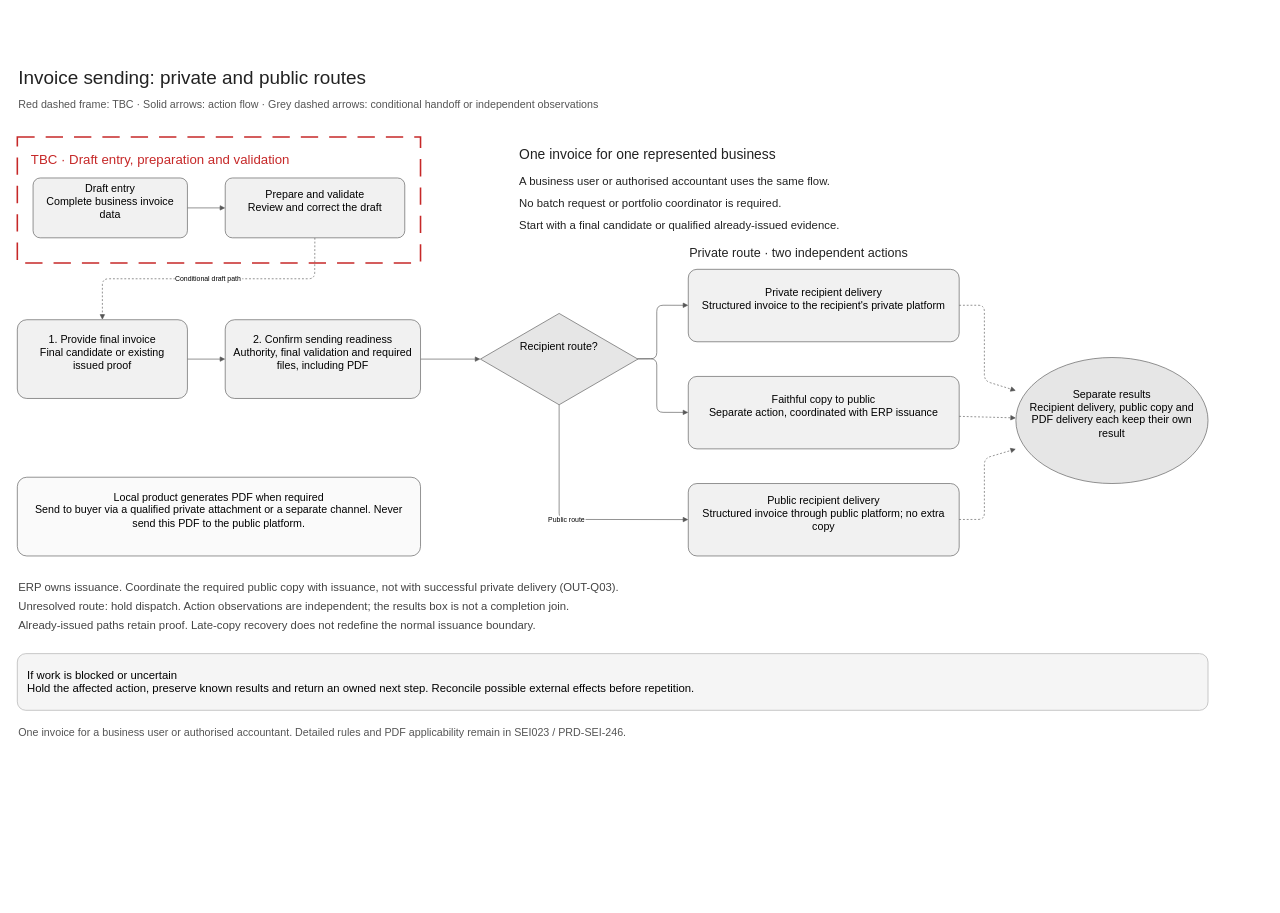
The draw.io diagram assets/diagrams/invoice-sending-end-to-end-workflow.drawio in jiaxinhe0709/pm_second_brain, before the edit. Source tidied: cells renumbered, new cells numbered last; positions are measured from the earlier drawing's top-left corner, leaving out a move shared by most shapes. Both pictures are drawn from the tidied source at 63%, with x=0, y=0 at pixel (17, 61).
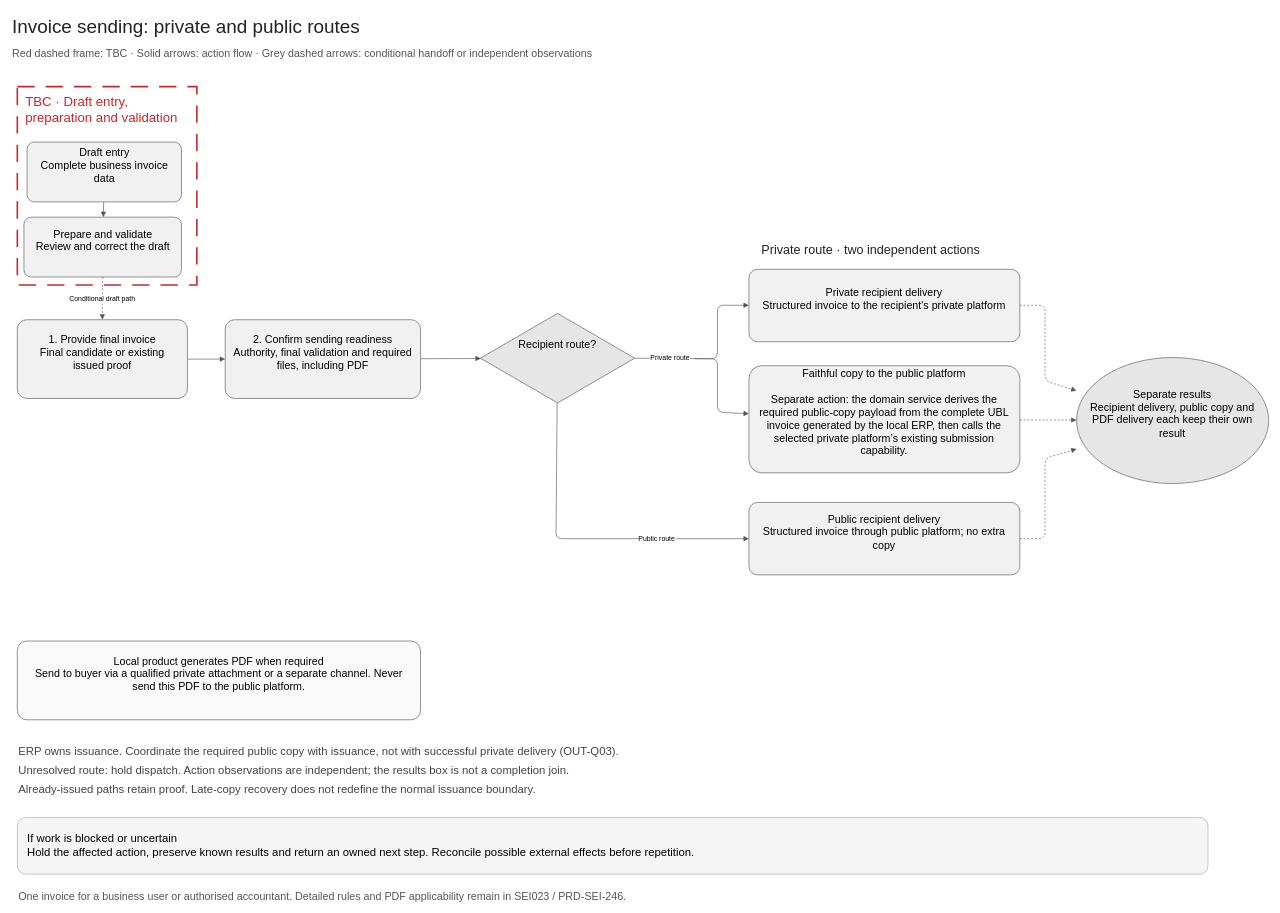
The same diagram, later.

Commit message (it also covers changes not shown here):
Updated sending visaul to sync with the confluence, as I made change within confluence directly

The change refers to these unchanged cells:
```xml
<mxCell id="23" value="1. Provide final invoice&#10;Final candidate or existing issued proof&#10;" style="rounded=1;arcSize=12;whiteSpace=wrap;html=0;fontSize=17;spacing=12;fillColor=#f1f1f1;strokeColor=#555555;" parent="1" vertex="1">
  <mxGeometry y="410" width="270" height="125" as="geometry" />
</mxCell>
```

Diff of the diagram source:
```diff
@@
     <mxCell id="2" value="Invoice sending: private and public routes" style="text;html=0;align=left;fontSize=30;fontColor=#222;" parent="1" vertex="1">
-      <mxGeometry width="1890" height="40" as="geometry" />
+      <mxGeometry x="-10" y="-80" width="1890" height="40" as="geometry" />
     </mxCell>
     <mxCell id="3" value="Red dashed frame: TBC · Solid arrows: action flow · Grey dashed arrows: conditional handoff or independent observations" style="text;html=0;align=left;fontSize=17;fontColor=#555;" parent="1" vertex="1">
-      <mxGeometry y="51" width="1890" height="27" as="geometry" />
+      <mxGeometry x="-10" y="-29" width="1890" height="27" as="geometry" />
     </mxCell>
     <mxCell id="4" style="rounded=0;fillColor=none;strokeColor=#c62828;strokeWidth=2.5;dashed=1;dashPattern=11 7;" parent="1" vertex="1">
-      <mxGeometry y="120" width="640" height="200" as="geometry" />
+      <mxGeometry y="40" width="285" height="314.8" as="geometry" />
     </mxCell>
-    <mxCell id="5" value="TBC · Draft entry, preparation and validation" style="text;html=0;align=left;fontSize=21;fontColor=#c62828;" parent="1" vertex="1">
-      <mxGeometry x="20" y="137" width="1870" height="31" as="geometry" />
+    <mxCell id="5" value="TBC · Draft entry, preparation and validation" style="text;html=0;align=left;fontSize=21;fontColor=#c62828;whiteSpace=wrap;" parent="1" vertex="1">
+      <mxGeometry x="10.5" y="45" width="259.5" height="115" as="geometry" />
     </mxCell>
-    <mxCell id="6" value="One invoice for one represented business" style="text;html=0;align=left;fontSize=22;fontColor=#222;" parent="1" vertex="1">
-      <mxGeometry x="795" y="128" width="1095" height="32" as="geometry" />
-    </mxCell>
-    <mxCell id="7" value="A business user or authorised accountant uses the same flow." style="text;html=0;align=left;fontSize=18;fontColor=#222;" parent="1" vertex="1">
-      <mxGeometry x="795" y="172" width="1095" height="28" as="geometry" />
-    </mxCell>
-    <mxCell id="8" value="No batch request or portfolio coordinator is required." style="text;html=0;align=left;fontSize=18;fontColor=#222;" parent="1" vertex="1">
-      <mxGeometry x="795" y="207" width="1095" height="28" as="geometry" />
-    </mxCell>
-    <mxCell id="9" value="Start with a final candidate or qualified already-issued evidence." style="text;html=0;align=left;fontSize=18;fontColor=#222;" parent="1" vertex="1">
-      <mxGeometry x="795" y="242" width="1095" height="28" as="geometry" />
-    </mxCell>
     <mxCell id="10" value="Private route · two independent actions" style="text;html=0;align=left;fontSize=20;fontColor=#222;" parent="1" vertex="1">
-      <mxGeometry x="1065" y="285" width="825" height="30" as="geometry" />
+      <mxGeometry x="1179.4" y="279.8" width="393.7" height="30" as="geometry" />
     </mxCell>
@@
-    <mxCell id="12" value="Conditional draft path" style="edgeStyle=none;strokeColor=#555555;endArrow=block;dashed=1;" parent="1" edge="1" source="22" target="23">
+    <mxCell id="12" value="Conditional draft path" style="edgeStyle=none;strokeColor=#555555;endArrow=block;dashed=1;exitX=0.5;exitY=1;exitDx=0;exitDy=0;" parent="1" edge="1" source="22" target="23">
       <mxGeometry relative="1" as="geometry">
         <Array as="points">
-          <mxPoint x="472" y="345" />
-          <mxPoint x="135" y="345" />
+          <mxPoint x="135" y="390" />
         </Array>
       </mxGeometry>
     </mxCell>
@@
-    <mxCell id="15" style="edgeStyle=none;strokeColor=#555555;endArrow=block;" parent="1" edge="1" source="25" target="26">
+    <mxCell id="15" style="edgeStyle=none;strokeColor=#555555;endArrow=block;exitX=1;exitY=0.5;exitDx=0;exitDy=0;" parent="1" edge="1" source="25" target="26">
       <mxGeometry relative="1" as="geometry">
         <Array as="points">
-          <mxPoint x="1015" y="472" />
-          <mxPoint x="1015" y="387" />
+          <mxPoint x="1111.3" y="472" />
+          <mxPoint x="1111.3" y="387" />
         </Array>
       </mxGeometry>
     </mxCell>
-    <mxCell id="16" style="edgeStyle=none;strokeColor=#555555;endArrow=block;" parent="1" edge="1" source="25" target="27">
+    <mxCell id="16" style="edgeStyle=none;strokeColor=#555555;endArrow=block;" parent="1" edge="1" target="27">
       <mxGeometry relative="1" as="geometry">
+        <mxPoint x="1075" y="471.8" as="sourcePoint" />
         <Array as="points">
-          <mxPoint x="1015" y="472" />
-          <mxPoint x="1015" y="557" />
+          <mxPoint x="1111.3" y="472" />
+          <mxPoint x="1111.3" y="557" />
         </Array>
       </mxGeometry>
     </mxCell>
+    <mxCell id="36" value="Private route" style="edgeLabel;html=1;align=center;verticalAlign=middle;" parent="16" vertex="1">
+      <mxGeometry x="-0.83" relative="1" as="geometry">
+        <mxPoint x="-54" y="-1" as="offset" />
+      </mxGeometry>
+    </mxCell>
-    <mxCell id="17" value="Public route" style="edgeStyle=none;strokeColor=#555555;endArrow=block;" parent="1" edge="1" source="25" target="28">
-      <mxGeometry relative="1" as="geometry">
+    <mxCell id="17" value="Public route" style="edgeStyle=none;strokeColor=#555555;endArrow=block;entryX=0;entryY=0.5;entryDx=0;entryDy=0;" parent="1" edge="1" source="25" target="28">
+      <mxGeometry x="0.44" relative="1" as="geometry">
         <Array as="points">
-          <mxPoint x="860" y="727" />
+          <mxPoint x="855" y="757.5" />
         </Array>
       </mxGeometry>
     </mxCell>
     <mxCell id="18" style="edgeStyle=none;strokeColor=#555555;endArrow=block;dashed=1;" parent="1" edge="1" source="26" target="29">
       <mxGeometry relative="1" as="geometry">
         <Array as="points">
-          <mxPoint x="1535" y="387" />
-          <mxPoint x="1535" y="507" />
+          <mxPoint x="1631.3" y="387" />
+          <mxPoint x="1631.3" y="507" />
         </Array>
       </mxGeometry>
     </mxCell>
@@
-    <mxCell id="20" style="edgeStyle=none;strokeColor=#555555;endArrow=block;dashed=1;" parent="1" edge="1" source="28" target="29">
+    <mxCell id="20" style="edgeStyle=none;strokeColor=#555555;endArrow=block;dashed=1;exitX=1;exitY=0.5;exitDx=0;exitDy=0;" parent="1" edge="1" source="28" target="29">
       <mxGeometry relative="1" as="geometry">
         <Array as="points">
-          <mxPoint x="1535" y="727" />
-          <mxPoint x="1535" y="630" />
+          <mxPoint x="1631.3" y="757.5" />
+          <mxPoint x="1631.3" y="630" />
         </Array>
       </mxGeometry>
     </mxCell>
     <mxCell id="21" value="Draft entry&#10;Complete business invoice data&#10;" style="rounded=1;arcSize=12;whiteSpace=wrap;html=0;fontSize=17;spacing=12;fillColor=#f1f1f1;strokeColor=#555555;" parent="1" vertex="1">
-      <mxGeometry x="25" y="185" width="245" height="95" as="geometry" />
+      <mxGeometry x="15.5" y="128" width="245" height="95" as="geometry" />
     </mxCell>
     <mxCell id="22" value="Prepare and validate&#10;Review and correct the draft&#10;" style="rounded=1;arcSize=12;whiteSpace=wrap;html=0;fontSize=17;spacing=12;fillColor=#f1f1f1;strokeColor=#555555;" parent="1" vertex="1">
-      <mxGeometry x="330" y="185" width="285" height="95" as="geometry" />
+      <mxGeometry x="10.5" y="247.2" width="250" height="95" as="geometry" />
     </mxCell>
@@
     <mxCell id="25" value="Recipient route?&#10;&#10;" style="rhombus;whiteSpace=wrap;html=0;fontSize=17;spacing=12;fillColor=#e6e6e6;strokeColor=#555555;" parent="1" vertex="1">
-      <mxGeometry x="735" y="400" width="250" height="145" as="geometry" />
+      <mxGeometry x="735" y="400" width="245" height="142.1" as="geometry" />
     </mxCell>
     <mxCell id="26" value="Private recipient delivery&#10;Structured invoice to the recipient's private platform&#10;" style="rounded=1;arcSize=12;whiteSpace=wrap;html=0;fontSize=17;spacing=12;fillColor=#f1f1f1;strokeColor=#555555;" parent="1" vertex="1">
-      <mxGeometry x="1065" y="330" width="430" height="115" as="geometry" />
+      <mxGeometry x="1161.3" y="330" width="430" height="115" as="geometry" />
     </mxCell>
-    <mxCell id="27" value="Faithful copy to public&#10;Separate action, coordinated with ERP issuance&#10;" style="rounded=1;arcSize=12;whiteSpace=wrap;html=0;fontSize=17;spacing=12;fillColor=#f1f1f1;strokeColor=#555555;" parent="1" vertex="1">
-      <mxGeometry x="1065" y="500" width="430" height="115" as="geometry" />
+    <mxCell id="27" value="Faithful copy to the public platform&#10;&#10;Separate action: the domain service derives the required public-copy payload from the complete UBL invoice generated by the local ERP, then calls the selected private platform’s existing submission capability.&#10;" style="rounded=1;arcSize=12;whiteSpace=wrap;html=0;fontSize=17;spacing=12;fillColor=#f1f1f1;strokeColor=#555555;fontStyle=0;" parent="1" vertex="1">
+      <mxGeometry x="1161.3" y="483" width="430" height="170" as="geometry" />
     </mxCell>
     <mxCell id="28" value="Public recipient delivery&#10;Structured invoice through public platform; no extra copy&#10;" style="rounded=1;arcSize=12;whiteSpace=wrap;html=0;fontSize=17;spacing=12;fillColor=#f1f1f1;strokeColor=#555555;" parent="1" vertex="1">
-      <mxGeometry x="1065" y="670" width="430" height="115" as="geometry" />
+      <mxGeometry x="1161.3" y="700" width="430" height="115" as="geometry" />
     </mxCell>
     <mxCell id="29" value="Separate results&#10;Recipient delivery, public copy and PDF delivery each keep their own result&#10;" style="rounded=1;arcSize=80;whiteSpace=wrap;html=0;fontSize=17;spacing=12;fillColor=#e6e6e6;strokeColor=#555555;" parent="1" vertex="1">
-      <mxGeometry x="1585" y="470" width="305" height="200" as="geometry" />
+      <mxGeometry x="1681.3" y="470" width="305" height="200" as="geometry" />
     </mxCell>
     <mxCell id="30" value="Local product generates PDF when required&#10;Send to buyer via a qualified private attachment or a separate channel. Never send this PDF to the public platform.&#10;" style="rounded=1;arcSize=12;whiteSpace=wrap;html=0;fontSize=17;spacing=12;fillColor=#fafafa;strokeColor=#555555;" parent="1" vertex="1">
-      <mxGeometry y="660" width="640" height="125" as="geometry" />
+      <mxGeometry y="920" width="640" height="125" as="geometry" />
     </mxCell>
     <mxCell id="31" value="ERP owns issuance. Coordinate the required public copy with issuance, not with successful private delivery (OUT-Q03)." style="text;html=0;align=left;fontSize=18;fontColor=#444;" parent="1" vertex="1">
-      <mxGeometry y="817" width="1890" height="28" as="geometry" />
+      <mxGeometry y="1077" width="1890" height="28" as="geometry" />
     </mxCell>
     <mxCell id="32" value="Unresolved route: hold dispatch. Action observations are independent; the results box is not a completion join." style="text;html=0;align=left;fontSize=18;fontColor=#444;" parent="1" vertex="1">
-      <mxGeometry y="847" width="1890" height="28" as="geometry" />
+      <mxGeometry y="1107" width="1890" height="28" as="geometry" />
     </mxCell>
     <mxCell id="33" value="Already-issued paths retain proof. Late-copy recovery does not redefine the normal issuance boundary." style="text;html=0;align=left;fontSize=18;fontColor=#444;" parent="1" vertex="1">
-      <mxGeometry y="877" width="1890" height="28" as="geometry" />
+      <mxGeometry y="1137" width="1890" height="28" as="geometry" />
     </mxCell>
     <mxCell id="34" value="If work is blocked or uncertain&#10;Hold the affected action, preserve known results and return an owned next step. Reconcile possible external effects before repetition." style="rounded=1;whiteSpace=wrap;html=0;spacing=16;fontSize=18;align=left;fillColor=#f5f5f5;strokeColor=#aaaaaa;" parent="1" vertex="1">
-      <mxGeometry y="940" width="1890" height="90" as="geometry" />
+      <mxGeometry y="1200" width="1890" height="90" as="geometry" />
     </mxCell>
     <mxCell id="35" value="One invoice for a business user or authorised accountant. Detailed rules and PDF applicability remain in SEI023 / PRD-SEI-246." style="text;html=0;align=left;fontSize=17;fontColor=#555;" parent="1" vertex="1">
-      <mxGeometry y="1048" width="1890" height="27" as="geometry" />
+      <mxGeometry y="1308" width="1890" height="27" as="geometry" />
     </mxCell>
```
